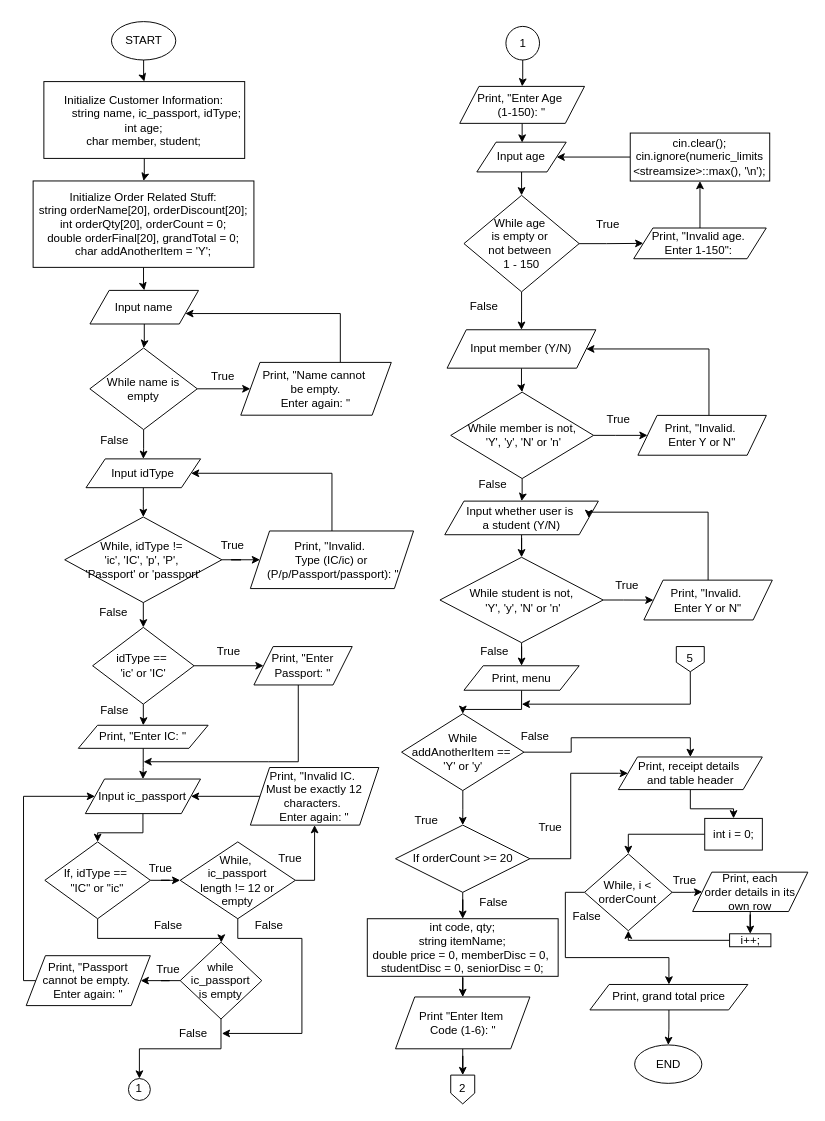
This is page "Page-1" (1 of 3) of flowchart_group8_DCSI.drawio from cr0w-l0rd/Restaurant_Ordering_and_Billing_System, a draw.io file, before an edit. Source tidied: cells renumbered, new cells numbered last; positions are measured from the earlier drawing's top-left corner, leaving out a move shared by most shapes. Both pictures are drawn from the tidied source at 96%, with x=0, y=0 at pixel (23, 21).
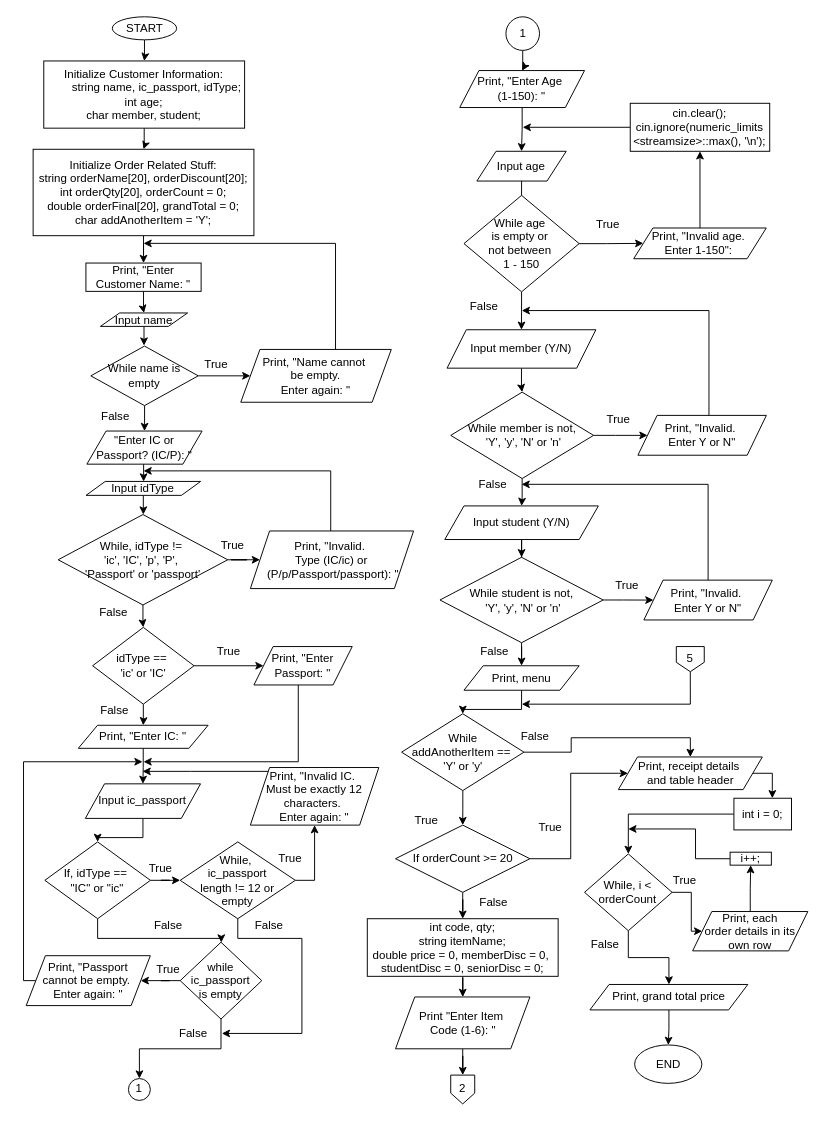
After the change.

Unchanged cells that the change refers to:
```xml
<mxCell id="32" value="Input member (Y/N)" style="shape=parallelogram;perimeter=parallelogramPerimeter;whiteSpace=wrap;html=1;fixedSize=1;" parent="1" vertex="1">
  <mxGeometry x="441.2" y="321" width="155" height="40" as="geometry" />
</mxCell>
<mxCell id="37" value="Print, &quot;Invalid.&amp;nbsp;&lt;div&gt;Enter Y or N&quot;&lt;/div&gt;" style="shape=parallelogram;perimeter=parallelogramPerimeter;whiteSpace=wrap;html=1;fixedSize=1;" parent="1" vertex="1">
  <mxGeometry x="640" y="410.2" width="133.8" height="41.5" as="geometry" />
</mxCell>
<mxCell id="44" value="False" style="text;html=1;whiteSpace=wrap;strokeColor=none;fillColor=none;align=center;verticalAlign=middle;rounded=0;" parent="1" vertex="1">
  <mxGeometry x="458.8" y="467" width="60" height="30" as="geometry" />
</mxCell>
<mxCell id="46" value="Print, &quot;Invalid.&amp;nbsp;&lt;div&gt;Enter Y or N&quot;&lt;/div&gt;" style="shape=parallelogram;perimeter=parallelogramPerimeter;whiteSpace=wrap;html=1;fixedSize=1;" parent="1" vertex="1">
  <mxGeometry x="646.2" y="581.8" width="133.8" height="41.5" as="geometry" />
</mxCell>
<mxCell id="54" value="Print, receipt details&amp;nbsp;&lt;div&gt;and table header&lt;/div&gt;" style="shape=parallelogram;perimeter=parallelogramPerimeter;whiteSpace=wrap;html=1;fixedSize=1;" parent="1" vertex="1">
  <mxGeometry x="619.6" y="766" width="150" height="34" as="geometry" />
</mxCell>
<mxCell id="73" value="Print,&amp;nbsp;&quot;Invalid.&amp;nbsp;&lt;div&gt;Type (IC/ic) or&lt;div&gt;&amp;nbsp;(P/p/Passport/passport): &quot;&lt;/div&gt;&lt;/div&gt;" style="shape=parallelogram;perimeter=parallelogramPerimeter;whiteSpace=wrap;html=1;fixedSize=1;" parent="1" vertex="1">
  <mxGeometry x="236.3" y="530.6" width="170" height="60" as="geometry" />
</mxCell>
<mxCell id="95" value="Print, &quot;Invalid IC.&amp;nbsp;&lt;div&gt;Must be exactly 12 characters.&amp;nbsp;&lt;/div&gt;&lt;div&gt;Enter again: &quot;&lt;/div&gt;" style="shape=parallelogram;perimeter=parallelogramPerimeter;whiteSpace=wrap;html=1;fixedSize=1;" parent="1" vertex="1">
  <mxGeometry x="236.3" y="777" width="133.8" height="60" as="geometry" />
</mxCell>
<mxCell id="101" value="Print, &quot;Passport&lt;div&gt;cannot be empty.&amp;nbsp;&lt;div&gt;Enter again: &quot;&lt;/div&gt;&lt;/div&gt;" style="shape=parallelogram;perimeter=parallelogramPerimeter;whiteSpace=wrap;html=1;fixedSize=1;" parent="1" vertex="1">
  <mxGeometry x="2.8" y="973" width="129.3" height="52" as="geometry" />
</mxCell>
<mxCell id="114" value="While,&amp;nbsp;i &amp;lt; orderCount" style="rhombus;whiteSpace=wrap;html=1;" parent="1" vertex="1">
  <mxGeometry x="584.4" y="867" width="91.2" height="80" as="geometry" />
</mxCell>
<mxCell id="120" value="Print, grand total price" style="shape=parallelogram;perimeter=parallelogramPerimeter;whiteSpace=wrap;html=1;fixedSize=1;" parent="1" vertex="1">
  <mxGeometry x="590" y="1003" width="164.5" height="26.5" as="geometry" />
</mxCell>
```

The edit, as a diff of the source:
```diff
@@
     <mxCell id="3" value="START" style="ellipse;whiteSpace=wrap;html=1;" parent="1" vertex="1">
-      <mxGeometry x="91.6" width="67" height="40" as="geometry" />
+      <mxGeometry x="92.5" y="-5" width="67" height="24" as="geometry" />
     </mxCell>
@@
     <mxCell id="5" value="&lt;div&gt;Initialize Customer Information:&lt;/div&gt;&lt;div&gt;&lt;span style=&quot;white-space: normal;&quot;&gt;&lt;span style=&quot;white-space:pre&quot;&gt;&#9;&lt;/span&gt;string name, ic_passport, idType;&lt;/span&gt;&lt;/div&gt;&lt;div&gt;&lt;span style=&quot;background-color: transparent; color: light-dark(rgb(0, 0, 0), rgb(255, 255, 255));&quot;&gt;int age;&lt;/span&gt;&lt;/div&gt;&lt;div&gt;&lt;span style=&quot;background-color: transparent; color: light-dark(rgb(0, 0, 0), rgb(255, 255, 255));&quot;&gt;char member, student;&lt;/span&gt;&lt;/div&gt;" style="rounded=0;whiteSpace=wrap;html=1;align=center;" parent="1" vertex="1">
-      <mxGeometry x="21.2" y="62.5" width="209.2" height="80" as="geometry" />
+      <mxGeometry x="21.1" y="41" width="209.2" height="70" as="geometry" />
     </mxCell>
-    <mxCell id="6" style="edgeStyle=orthogonalEdgeStyle;rounded=0;jettySize=auto;html=1;" parent="1" edge="1" source="7" target="9">
-      <mxGeometry relative="1" as="geometry" />
-    </mxCell>
+    <mxCell id="125" style="edgeStyle=orthogonalEdgeStyle;rounded=0;jettySize=auto;html=1;" parent="1" edge="1" source="7" target="130">
+      <mxGeometry relative="1" as="geometry" />
+    </mxCell>
     <mxCell id="7" value="&lt;div&gt;Initialize Order Related Stuff:&lt;br&gt;string orderName[20], orderDiscount[20];&lt;/div&gt;&lt;div&gt;&lt;span style=&quot;background-color: transparent; color: light-dark(rgb(0, 0, 0), rgb(255, 255, 255));&quot;&gt;int orderQty[20], orderCount = 0;&lt;/span&gt;&lt;/div&gt;&lt;div&gt;&lt;span style=&quot;background-color: transparent; color: light-dark(rgb(0, 0, 0), rgb(255, 255, 255));&quot;&gt;double orderFinal[20], grandTotal = 0;&lt;/span&gt;&lt;/div&gt;&lt;div&gt;&lt;span style=&quot;background-color: transparent; color: light-dark(rgb(0, 0, 0), rgb(255, 255, 255));&quot;&gt;char&amp;nbsp;&lt;/span&gt;&lt;span style=&quot;background-color: transparent; color: light-dark(rgb(0, 0, 0), rgb(255, 255, 255));&quot;&gt;addAnotherItem&lt;/span&gt;&lt;span style=&quot;background-color: transparent; color: light-dark(rgb(0, 0, 0), rgb(255, 255, 255));&quot;&gt;&amp;nbsp;= 'Y';&lt;/span&gt;&lt;/div&gt;" style="rounded=0;whiteSpace=wrap;html=1;" parent="1" vertex="1">
-      <mxGeometry x="10" y="166" width="230" height="90" as="geometry" />
+      <mxGeometry x="10" y="133" width="230" height="90" as="geometry" />
     </mxCell>
@@
     <mxCell id="9" value="Input name" style="shape=parallelogram;perimeter=parallelogramPerimeter;whiteSpace=wrap;html=1;fixedSize=1;" parent="1" vertex="1">
-      <mxGeometry x="69.2" y="280" width="113.1" height="35" as="geometry" />
+      <mxGeometry x="80.1" y="303.5" width="90.8" height="14" as="geometry" />
     </mxCell>
@@
-    <mxCell id="11" style="edgeStyle=orthogonalEdgeStyle;rounded=0;jettySize=auto;html=1;" parent="1" edge="1" source="12" target="17">
-      <mxGeometry relative="1" as="geometry" />
-    </mxCell>
+    <mxCell id="126" style="edgeStyle=orthogonalEdgeStyle;rounded=0;jettySize=auto;html=1;" parent="1" edge="1" source="12" target="132">
+      <mxGeometry relative="1" as="geometry" />
+    </mxCell>
     <mxCell id="12" value="While name is empty" style="rhombus;whiteSpace=wrap;html=1;" parent="1" vertex="1">
-      <mxGeometry x="69.1" y="340" width="111.9" height="85" as="geometry" />
+      <mxGeometry x="70.1" y="338" width="111.9" height="62" as="geometry" />
     </mxCell>
-    <mxCell id="13" style="edgeStyle=orthogonalEdgeStyle;rounded=0;jettySize=auto;html=1;entryX=1;entryY=0.75;entryDx=0;entryDy=0;" parent="1" edge="1" source="14" target="9">
+    <mxCell id="13" style="edgeStyle=orthogonalEdgeStyle;rounded=0;orthogonalLoop=1;jettySize=auto;html=1;" parent="1" edge="1">
       <mxGeometry relative="1" as="geometry">
+        <mxPoint x="325" y="355" as="sourcePoint" />
+        <mxPoint x="125" y="231" as="targetPoint" />
         <Array as="points">
-          <mxPoint x="330" y="363" />
+          <mxPoint x="325" y="231" />
         </Array>
       </mxGeometry>
     </mxCell>
     <mxCell id="14" value="Print, &quot;Name cannot&amp;nbsp;&lt;div&gt;be empty.&lt;div&gt;&lt;div&gt;Enter again: &quot;&lt;/div&gt;&lt;/div&gt;&lt;/div&gt;" style="shape=parallelogram;perimeter=parallelogramPerimeter;whiteSpace=wrap;html=1;fixedSize=1;" parent="1" vertex="1">
-      <mxGeometry x="226.3" y="355" width="156.8" height="55" as="geometry" />
+      <mxGeometry x="226.3" y="341.5" width="156.8" height="55" as="geometry" />
     </mxCell>
     <mxCell id="15" value="True" style="text;html=1;whiteSpace=wrap;strokeColor=none;fillColor=none;align=center;verticalAlign=middle;rounded=0;" parent="1" vertex="1">
-      <mxGeometry x="177.5" y="355" width="60" height="30" as="geometry" />
+      <mxGeometry x="170.8" y="341.5" width="60" height="30" as="geometry" />
     </mxCell>
@@
     <mxCell id="17" value="Input idType" style="shape=parallelogram;perimeter=parallelogramPerimeter;whiteSpace=wrap;html=1;fixedSize=1;" parent="1" vertex="1">
-      <mxGeometry x="65.1" y="455.5" width="119.4" height="30" as="geometry" />
+      <mxGeometry x="65.1" y="479" width="119.4" height="14.5" as="geometry" />
     </mxCell>
     <mxCell id="18" value="False" style="text;html=1;whiteSpace=wrap;strokeColor=none;fillColor=none;align=center;verticalAlign=middle;rounded=0;" parent="1" vertex="1">
-      <mxGeometry x="65.1" y="421" width="60" height="30" as="geometry" />
+      <mxGeometry x="66" y="396.5" width="60" height="30" as="geometry" />
     </mxCell>
@@
     <mxCell id="20" value="Input age" style="shape=parallelogram;perimeter=parallelogramPerimeter;whiteSpace=wrap;html=1;fixedSize=1;" parent="1" vertex="1">
-      <mxGeometry x="472.2" y="125.6" width="93.1" height="31" as="geometry" />
+      <mxGeometry x="472.2" y="135.1" width="93.1" height="31" as="geometry" />
     </mxCell>
@@
     <mxCell id="30" value="1" style="ellipse;whiteSpace=wrap;html=1;" parent="1" vertex="1">
-      <mxGeometry x="502.5" y="5" width="35" height="35" as="geometry" />
+      <mxGeometry x="502.5" y="-5" width="35" height="35" as="geometry" />
     </mxCell>
@@
-    <mxCell id="36" style="edgeStyle=orthogonalEdgeStyle;rounded=0;jettySize=auto;html=1;entryX=1;entryY=0.5;entryDx=0;entryDy=0;" parent="1" edge="1" source="37" target="32">
+    <mxCell id="36" style="edgeStyle=orthogonalEdgeStyle;rounded=0;jettySize=auto;html=1;" parent="1" edge="1" source="37">
       <mxGeometry relative="1" as="geometry">
+        <mxPoint x="519" y="301" as="targetPoint" />
         <Array as="points">
-          <mxPoint x="714" y="341" />
+          <mxPoint x="714" y="301" />
         </Array>
       </mxGeometry>
     </mxCell>
@@
-    <mxCell id="40" value="Input whether user is&amp;nbsp;&lt;div&gt;a student (Y/N)&lt;/div&gt;" style="shape=parallelogram;perimeter=parallelogramPerimeter;whiteSpace=wrap;html=1;fixedSize=1;" parent="1" vertex="1">
-      <mxGeometry x="438.8" y="499.5" width="160" height="35" as="geometry" />
+    <mxCell id="40" value="Input&lt;span style=&quot;background-color: transparent; color: light-dark(rgb(0, 0, 0), rgb(255, 255, 255));&quot;&gt;&amp;nbsp;student (Y/N)&lt;/span&gt;" style="shape=parallelogram;perimeter=parallelogramPerimeter;whiteSpace=wrap;html=1;fixedSize=1;" parent="1" vertex="1">
+      <mxGeometry x="438.8" y="504.5" width="160" height="35" as="geometry" />
     </mxCell>
@@
-    <mxCell id="45" style="edgeStyle=orthogonalEdgeStyle;rounded=0;jettySize=auto;html=1;entryX=1;entryY=0.5;entryDx=0;entryDy=0;" parent="1" edge="1" source="46" target="40">
+    <mxCell id="45" style="edgeStyle=orthogonalEdgeStyle;rounded=0;jettySize=auto;html=1;entryX=1;entryY=0.5;entryDx=0;entryDy=0;" parent="1" edge="1" source="46" target="44">
       <mxGeometry relative="1" as="geometry">
         <Array as="points">
-          <mxPoint x="713" y="511" />
-          <mxPoint x="589" y="511" />
+          <mxPoint x="713" y="482" />
         </Array>
       </mxGeometry>
     </mxCell>
@@
-    <mxCell id="53" style="edgeStyle=orthogonalEdgeStyle;rounded=0;jettySize=auto;html=1;" parent="1" edge="1" source="54" target="111">
-      <mxGeometry relative="1" as="geometry" />
+    <mxCell id="53" style="edgeStyle=orthogonalEdgeStyle;rounded=0;jettySize=auto;html=1;exitX=1;exitY=0.5;exitDx=0;exitDy=0;" parent="1" edge="1" source="54" target="111">
+      <mxGeometry relative="1" as="geometry">
+        <Array as="points">
+          <mxPoint x="780" y="801" />
+          <mxPoint x="780" y="801" />
+        </Array>
+      </mxGeometry>
     </mxCell>
@@
     <mxCell id="71" value="While, idType !=&amp;nbsp;&lt;div&gt;'ic', 'IC', 'p', 'P',&amp;nbsp;&lt;/div&gt;&lt;div&gt;&lt;span style=&quot;background-color: transparent; color: light-dark(rgb(0, 0, 0), rgb(255, 255, 255));&quot;&gt;'Passport' or 'passport'&lt;/span&gt;&lt;/div&gt;" style="rhombus;whiteSpace=wrap;html=1;" parent="1" vertex="1">
-      <mxGeometry x="42.9" y="516" width="163.7" height="89.2" as="geometry" />
+      <mxGeometry x="36.1" y="513.5" width="176.6" height="94.2" as="geometry" />
     </mxCell>
-    <mxCell id="72" style="edgeStyle=orthogonalEdgeStyle;rounded=0;jettySize=auto;html=1;entryX=1;entryY=0.5;entryDx=0;entryDy=0;" parent="1" edge="1" source="73" target="17">
+    <mxCell id="72" style="edgeStyle=orthogonalEdgeStyle;rounded=0;jettySize=auto;html=1;exitX=0.514;exitY=0.012;exitDx=0;exitDy=0;exitPerimeter=0;" parent="1" edge="1" source="73">
       <mxGeometry relative="1" as="geometry">
+        <mxPoint x="125" y="468" as="targetPoint" />
         <Array as="points">
-          <mxPoint x="321.1" y="471" />
+          <mxPoint x="320" y="531" />
+          <mxPoint x="320" y="468" />
         </Array>
       </mxGeometry>
     </mxCell>
@@
     <mxCell id="86" value="Input&amp;nbsp;ic_passport" style="shape=parallelogram;perimeter=parallelogramPerimeter;whiteSpace=wrap;html=1;fixedSize=1;" parent="1" vertex="1">
-      <mxGeometry x="64.4" y="789" width="120" height="36" as="geometry" />
+      <mxGeometry x="64.4" y="794" width="120" height="36" as="geometry" />
     </mxCell>
@@
-    <mxCell id="94" style="edgeStyle=orthogonalEdgeStyle;rounded=0;jettySize=auto;html=1;entryX=1;entryY=0.5;entryDx=0;entryDy=0;" parent="1" edge="1" source="95" target="86">
-      <mxGeometry relative="1" as="geometry" />
+    <mxCell id="94" style="edgeStyle=orthogonalEdgeStyle;rounded=0;jettySize=auto;html=1;" parent="1" edge="1" source="95">
+      <mxGeometry relative="1" as="geometry">
+        <mxPoint x="124" y="781" as="targetPoint" />
+        <Array as="points">
+          <mxPoint x="174" y="781" />
+        </Array>
+      </mxGeometry>
     </mxCell>
@@
-    <mxCell id="100" style="edgeStyle=orthogonalEdgeStyle;rounded=0;jettySize=auto;html=1;entryX=0;entryY=0.5;entryDx=0;entryDy=0;" parent="1" edge="1" source="101" target="86">
+    <mxCell id="100" style="edgeStyle=orthogonalEdgeStyle;rounded=0;jettySize=auto;html=1;" parent="1" edge="1" source="101">
       <mxGeometry relative="1" as="geometry">
+        <mxPoint x="124" y="771" as="targetPoint" />
         <Array as="points">
           <mxPoint y="999" />
-          <mxPoint y="807" />
+          <mxPoint y="771" />
         </Array>
       </mxGeometry>
     </mxCell>
@@
     <mxCell id="105" value="Print,&amp;nbsp;&quot;Enter Age&amp;nbsp;&lt;div&gt;(1-150): &quot;&lt;/div&gt;" style="shape=parallelogram;perimeter=parallelogramPerimeter;whiteSpace=wrap;html=1;fixedSize=1;" parent="1" vertex="1">
-      <mxGeometry x="454.4" y="67.5" width="130" height="38.5" as="geometry" />
+      <mxGeometry x="454.4" y="51" width="130" height="38.5" as="geometry" />
     </mxCell>
-    <mxCell id="106" style="edgeStyle=orthogonalEdgeStyle;rounded=0;jettySize=auto;html=1;entryX=1;entryY=0.5;entryDx=0;entryDy=0;" parent="1" edge="1" source="107" target="20">
-      <mxGeometry relative="1" as="geometry" />
-    </mxCell>
+    <mxCell id="127" style="edgeStyle=orthogonalEdgeStyle;rounded=0;jettySize=auto;html=1;" parent="1" edge="1" source="107">
+      <mxGeometry relative="1" as="geometry">
+        <mxPoint x="520" y="110.1" as="targetPoint" />
+      </mxGeometry>
+    </mxCell>
     <mxCell id="107" value="&lt;div&gt;cin.clear();&lt;/div&gt;&lt;div&gt;&lt;span style=&quot;background-color: transparent; color: light-dark(rgb(0, 0, 0), rgb(255, 255, 255));&quot;&gt;cin.ignore(numeric_limits&lt;/span&gt;&lt;/div&gt;&lt;div&gt;&lt;span style=&quot;background-color: transparent; color: light-dark(rgb(0, 0, 0), rgb(255, 255, 255));&quot;&gt;&amp;lt;streamsize&amp;gt;::max(), '\n');&lt;/span&gt;&lt;/div&gt;" style="whiteSpace=wrap;html=1;" parent="1" vertex="1">
-      <mxGeometry x="632" y="116.1" width="145.3" height="50" as="geometry" />
+      <mxGeometry x="632" y="85.1" width="145.3" height="50" as="geometry" />
     </mxCell>
@@
     <mxCell id="111" value="int i = 0;" style="whiteSpace=wrap;html=1;" parent="1" vertex="1">
-      <mxGeometry x="709.6" y="830" width="60" height="33" as="geometry" />
+      <mxGeometry x="740" y="809" width="60" height="33" as="geometry" />
     </mxCell>
@@
-    <mxCell id="113" style="edgeStyle=orthogonalEdgeStyle;rounded=0;jettySize=auto;html=1;exitX=0;exitY=0.5;exitDx=0;exitDy=0;" parent="1" edge="1" source="114" target="120">
+    <mxCell id="113" style="edgeStyle=orthogonalEdgeStyle;rounded=0;jettySize=auto;html=1;exitX=0.5;exitY=1;exitDx=0;exitDy=0;" parent="1" edge="1" source="114" target="120">
       <mxGeometry relative="1" as="geometry" />
     </mxCell>
@@
     <mxCell id="116" value="Print, each&lt;div&gt;order details in its own row&lt;/div&gt;" style="shape=parallelogram;perimeter=parallelogramPerimeter;whiteSpace=wrap;html=1;fixedSize=1;" parent="1" vertex="1">
-      <mxGeometry x="697" y="886" width="120" height="41" as="geometry" />
+      <mxGeometry x="697" y="927" width="120" height="41" as="geometry" />
     </mxCell>
-    <mxCell id="117" style="edgeStyle=orthogonalEdgeStyle;rounded=0;jettySize=auto;html=1;entryX=0.5;entryY=1;entryDx=0;entryDy=0;" parent="1" edge="1" source="118" target="114">
-      <mxGeometry relative="1" as="geometry">
-        <Array as="points">
-          <mxPoint x="630" y="957" />
-        </Array>
-      </mxGeometry>
-    </mxCell>
+    <mxCell id="128" style="edgeStyle=orthogonalEdgeStyle;rounded=0;jettySize=auto;html=1;" parent="1" edge="1" source="118">
+      <mxGeometry relative="1" as="geometry">
+        <mxPoint x="630" y="841" as="targetPoint" />
+        <Array as="points">
+          <mxPoint x="700" y="871" />
+          <mxPoint x="700" y="841" />
+        </Array>
+      </mxGeometry>
+    </mxCell>
     <mxCell id="118" value="i++;" style="whiteSpace=wrap;html=1;" parent="1" vertex="1">
-      <mxGeometry x="735.5" y="950.2" width="43" height="13.5" as="geometry" />
+      <mxGeometry x="736" y="865.2" width="43" height="13.5" as="geometry" />
     </mxCell>
@@
     <mxCell id="122" value="False" style="text;html=1;whiteSpace=wrap;strokeColor=none;fillColor=none;align=center;verticalAlign=middle;rounded=0;" parent="1" vertex="1">
-      <mxGeometry x="556.9" y="917" width="60" height="30" as="geometry" />
+      <mxGeometry x="575.6" y="947" width="60" height="30" as="geometry" />
     </mxCell>
@@
+    <mxCell id="129" style="edgeStyle=orthogonalEdgeStyle;rounded=0;jettySize=auto;html=1;entryX=0.5;entryY=0;entryDx=0;entryDy=0;" parent="1" edge="1" source="130" target="9">
+      <mxGeometry relative="1" as="geometry" />
+    </mxCell>
+    <mxCell id="130" value="Print, &quot;Enter Customer Name: &quot;" style="rounded=0;whiteSpace=wrap;html=1;" parent="1" vertex="1">
+      <mxGeometry x="65" y="251.5" width="120" height="29.5" as="geometry" />
+    </mxCell>
+    <mxCell id="131" style="edgeStyle=orthogonalEdgeStyle;rounded=0;jettySize=auto;html=1;entryX=0.503;entryY=0.145;entryDx=0;entryDy=0;entryPerimeter=0;exitX=0.481;exitY=0.945;exitDx=0;exitDy=0;exitPerimeter=0;" parent="1" edge="1" source="132">
+      <mxGeometry relative="1" as="geometry">
+        <mxPoint x="125.1" y="479.1" as="targetPoint" />
+      </mxGeometry>
+    </mxCell>
+    <mxCell id="132" value="&quot;Enter IC or Passport? (IC/P): &quot;" style="shape=parallelogram;perimeter=parallelogramPerimeter;whiteSpace=wrap;html=1;fixedSize=1;" parent="1" vertex="1">
+      <mxGeometry x="66" y="426.5" width="120" height="34.5" as="geometry" />
+    </mxCell>
```
